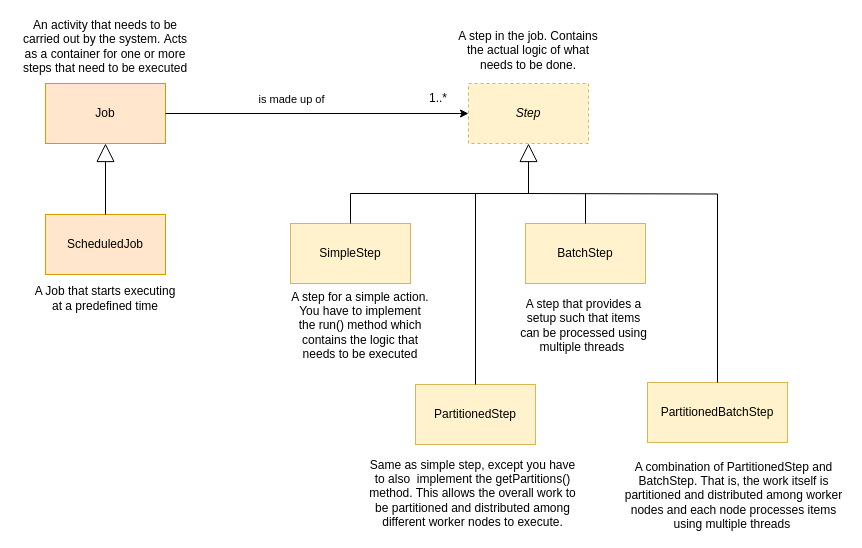
The draw.io diagram page "domain" (2 of 2) of docs/sysagent.drawio in it-blueprints/sysagent, before the edit. Source tidied: cells renumbered, new cells numbered last; positions are measured from the earlier drawing's top-left corner, leaving out a move shared by most shapes. Both pictures are drawn from the tidied source at 100%, with x=0, y=0 at pixel (17, 25).
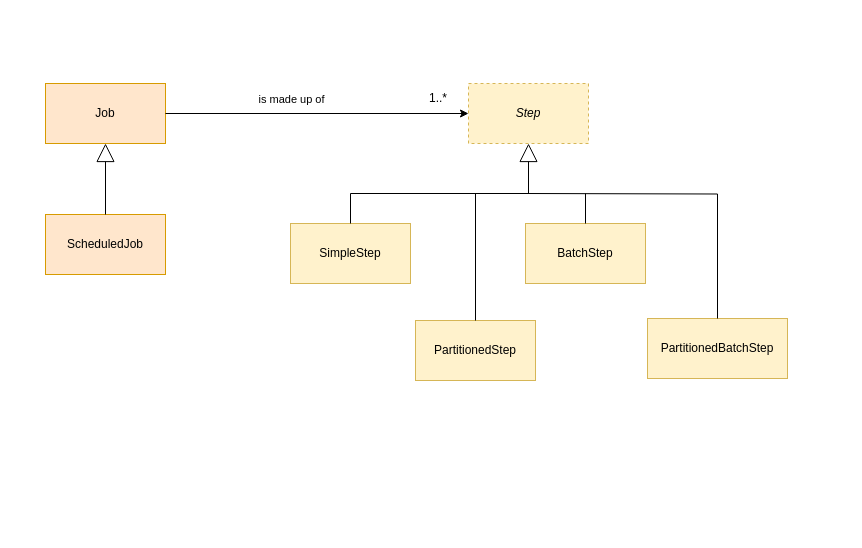
After the change.

What changed in the source:
```diff
@@
     <mxCell id="7" value="PartitionedStep" style="rounded=0;whiteSpace=wrap;html=1;fillColor=#fff2cc;strokeColor=#d6b656;" parent="1" vertex="1">
-      <mxGeometry x="398" y="359" width="120" height="60" as="geometry" />
+      <mxGeometry x="398" y="295" width="120" height="60" as="geometry" />
     </mxCell>
@@
     <mxCell id="9" value="PartitionedBatchStep" style="rounded=0;whiteSpace=wrap;html=1;fillColor=#fff2cc;strokeColor=#d6b656;" parent="1" vertex="1">
-      <mxGeometry x="630" y="357" width="140" height="60" as="geometry" />
+      <mxGeometry x="630" y="293" width="140" height="60" as="geometry" />
     </mxCell>
@@
-    <mxCell id="17" value="An activity that needs to be carried out by the system.&amp;nbsp;Acts as a container for one or more steps that need to be executed" style="text;html=1;strokeColor=none;fillColor=none;align=center;verticalAlign=middle;whiteSpace=wrap;rounded=0;" parent="1" vertex="1">
-      <mxGeometry y="6" width="176" height="30" as="geometry" />
-    </mxCell>
-    <mxCell id="18" value="A Job that starts executing at a predefined time" style="text;html=1;strokeColor=none;fillColor=none;align=center;verticalAlign=middle;whiteSpace=wrap;rounded=0;" parent="1" vertex="1">
-      <mxGeometry x="13" y="258" width="150" height="30" as="geometry" />
-    </mxCell>
-    <mxCell id="19" value="A step in the job. Contains the actual logic of what needs to be done." style="text;html=1;strokeColor=none;fillColor=none;align=center;verticalAlign=middle;whiteSpace=wrap;rounded=0;" parent="1" vertex="1">
-      <mxGeometry x="436" width="150" height="50" as="geometry" />
-    </mxCell>
-    <mxCell id="20" value="A step that provides a setup such that items can be processed using multiple threads&amp;nbsp;" style="text;html=1;strokeColor=none;fillColor=none;align=center;verticalAlign=middle;whiteSpace=wrap;rounded=0;" parent="1" vertex="1">
-      <mxGeometry x="499" y="285" width="135" height="30" as="geometry" />
-    </mxCell>
-    <mxCell id="21" value="Same as simple step, except you have to also&amp;nbsp; implement the getPartitions() method. This allows the overall work to be partitioned and distributed among different worker nodes to execute." style="text;html=1;strokeColor=none;fillColor=none;align=center;verticalAlign=middle;whiteSpace=wrap;rounded=0;" parent="1" vertex="1">
-      <mxGeometry x="348" y="453" width="215" height="30" as="geometry" />
-    </mxCell>
-    <mxCell id="22" value="A step for a simple action.&lt;br&gt;You have to implement&lt;br&gt;the run() method which contains the logic that needs to be executed" style="text;html=1;strokeColor=none;fillColor=none;align=center;verticalAlign=middle;whiteSpace=wrap;rounded=0;" parent="1" vertex="1">
-      <mxGeometry x="268" y="285" width="150" height="30" as="geometry" />
-    </mxCell>
-    <mxCell id="23" value="A combination of PartitionedStep and BatchStep. That is, the work itself is partitioned and distributed among worker nodes and each node processes items using multiple threads&amp;nbsp;" style="text;html=1;strokeColor=none;fillColor=none;align=center;verticalAlign=middle;whiteSpace=wrap;rounded=0;" parent="1" vertex="1">
-      <mxGeometry x="605" y="455" width="223" height="30" as="geometry" />
-    </mxCell>
```
